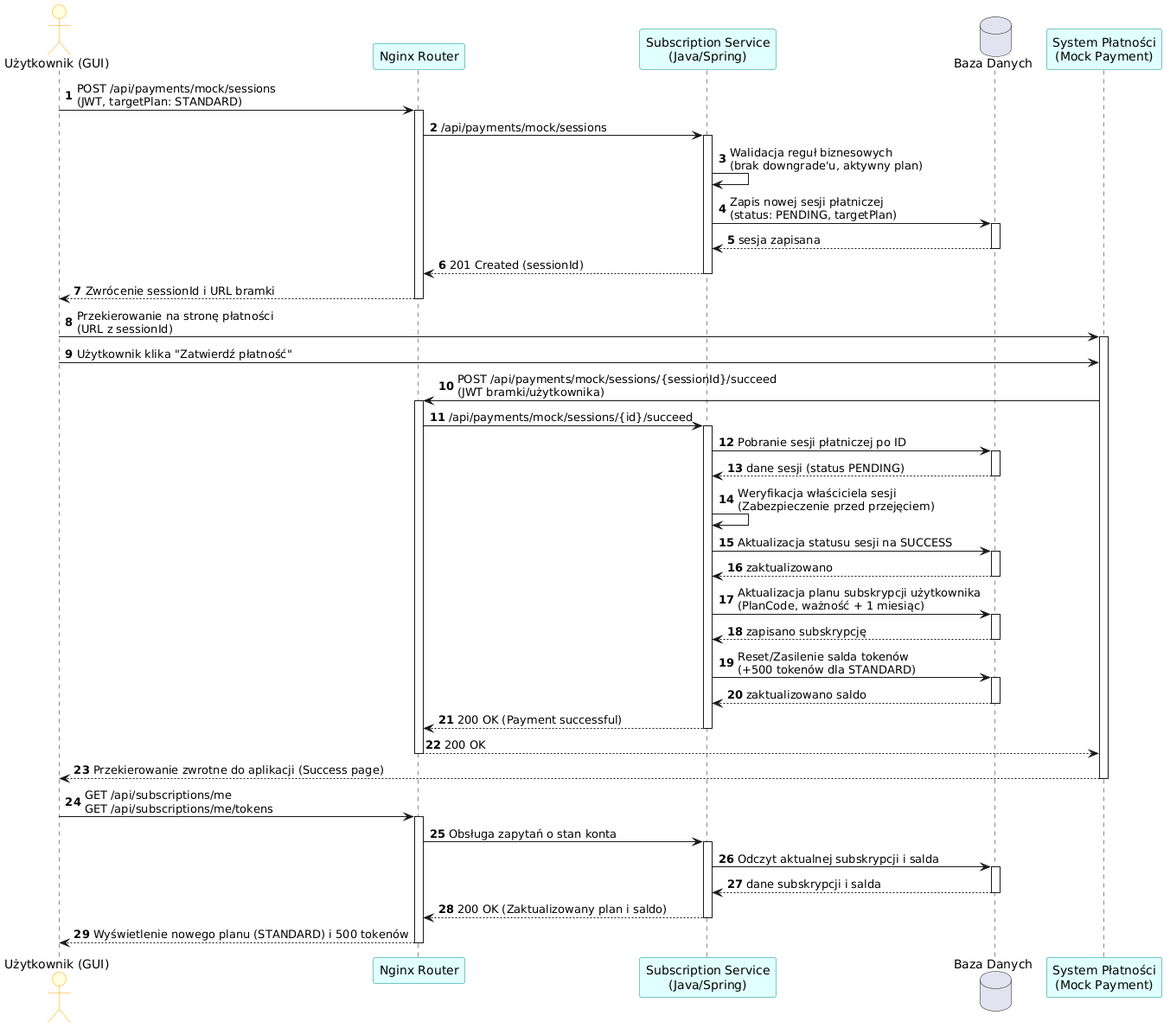
Earlier version of the PlantUML export dokumentacja/seq_subscription_upgrade.png (MateuszKosowski/pl-java2026).
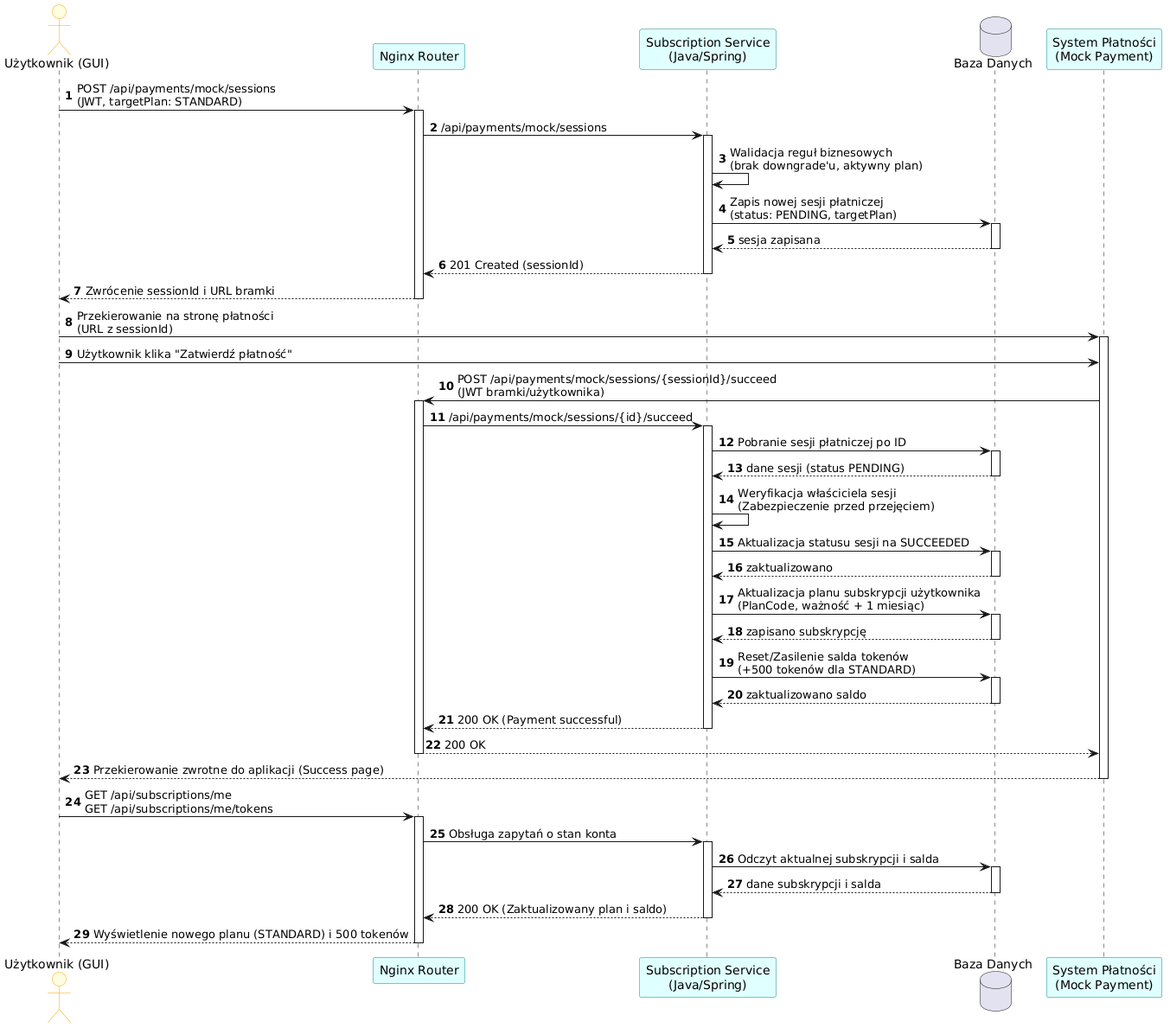
Later version of the same file.

Diff of the diagram source:
```diff
@@ -44,7 +44,7 @@
 
 sub -> sub : Weryfikacja właściciela sesji\n(Zabezpieczenie przed przejęciem)
 
-sub -> db : Aktualizacja statusu sesji na SUCCESS
+sub -> db : Aktualizacja statusu sesji na SUCCEEDED
 activate db
 db --> sub : zaktualizowano
 deactivate db
```
